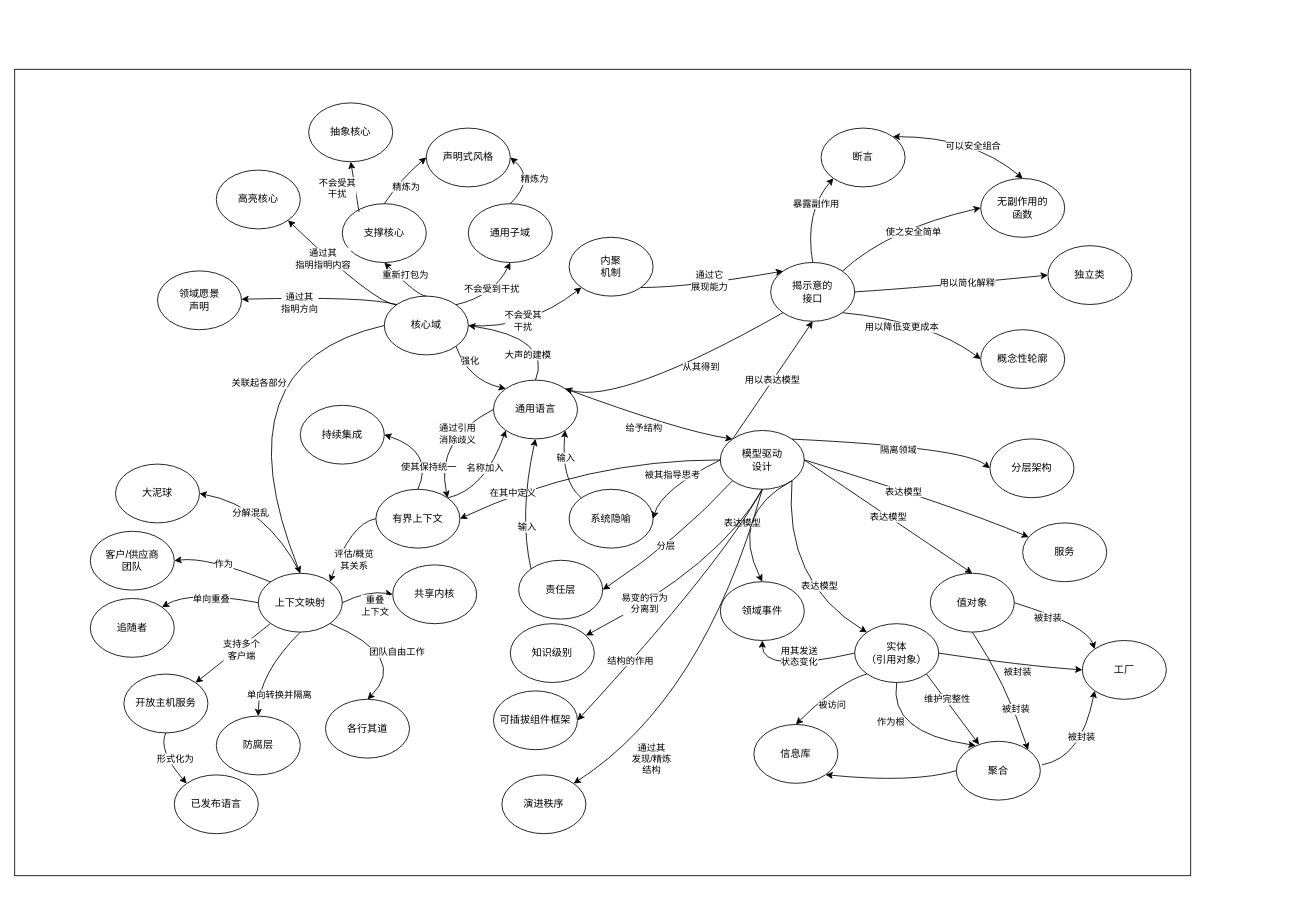
wizardbyron/guides keeps this draw.io diagram as docs/arch/ddd/ddd-full.drawio. Above is the earlier version. Source tidied: cells renumbered, new cells numbered last; positions are measured from the earlier drawing's top-left corner, leaving out a move shared by most shapes. Both pictures are drawn from the tidied source at 84%, with x=0, y=0 at pixel (14, 69).
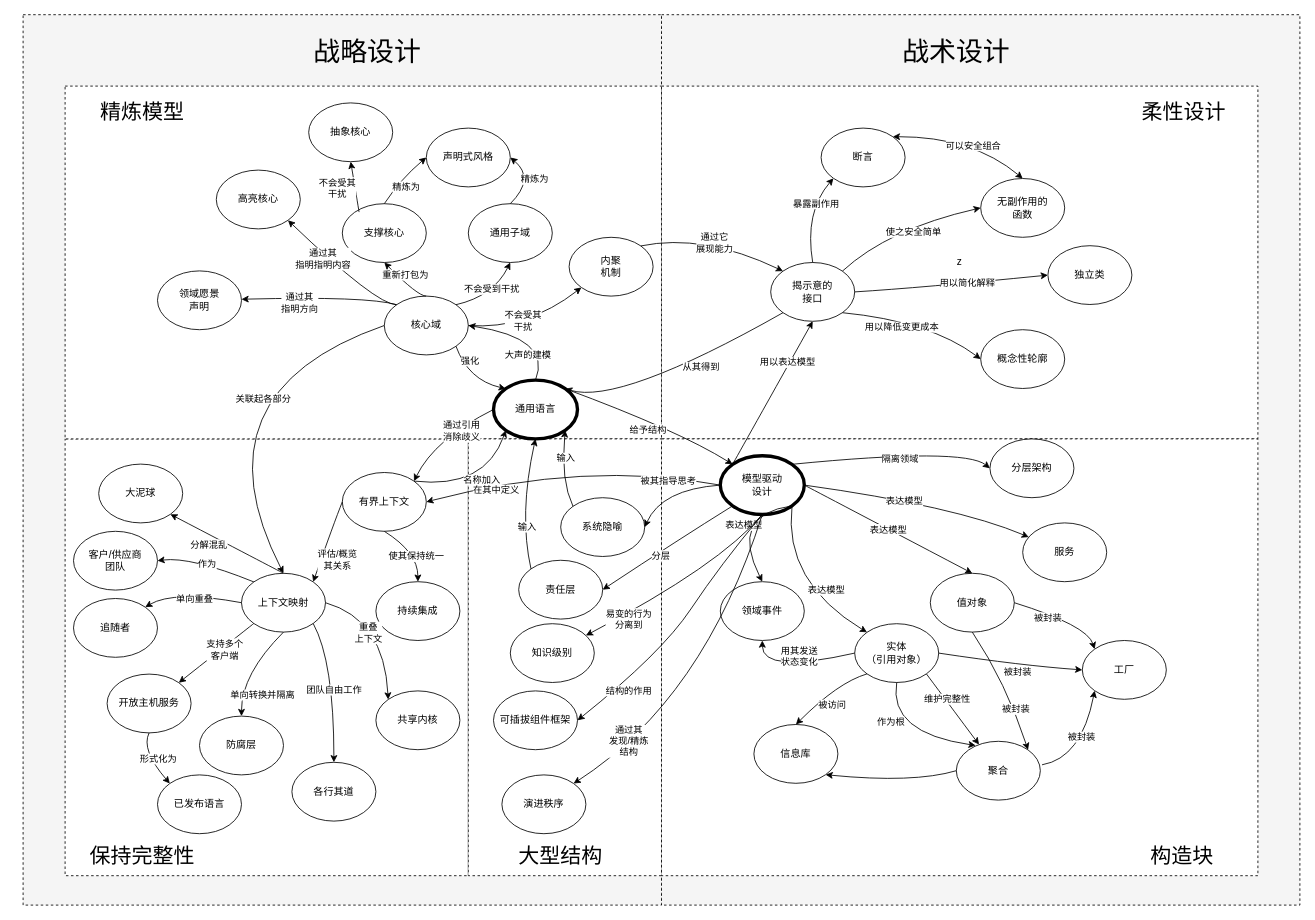
After the change.

The change refers to these unchanged cells:
```xml
<mxCell id="7" value="核心域" style="ellipse;whiteSpace=wrap;html=1;" parent="1" vertex="1">
  <mxGeometry x="440" y="270" width="100" height="70" as="geometry" />
</mxCell>
<mxCell id="13" value="揭示意的&lt;br&gt;接口" style="ellipse;whiteSpace=wrap;html=1;" parent="1" vertex="1">
  <mxGeometry x="900" y="230" width="100" height="70" as="geometry" />
</mxCell>
<mxCell id="112" value="内聚&lt;br&gt;机制" style="ellipse;whiteSpace=wrap;html=1;" parent="1" vertex="1">
  <mxGeometry x="660" y="200" width="100" height="70" as="geometry" />
</mxCell>
<mxCell id="129" value="可插拔组件框架" style="ellipse;whiteSpace=wrap;html=1;" parent="1" vertex="1">
  <mxGeometry x="570" y="740" width="100" height="70" as="geometry" />
</mxCell>
<mxCell id="140" style="curved=1;endArrow=classic;html=1;rounded=0;exitX=0.5;exitY=1;exitDx=0;exitDy=0;" parent="1" edge="1" source="4" target="128">
  <mxGeometry relative="1" as="geometry">
    <Array as="points">
      <mxPoint x="840" y="590" />
    </Array>
  </mxGeometry>
</mxCell>
<mxCell id="143" style="curved=1;endArrow=classic;html=1;rounded=0;entryX=1;entryY=0;entryDx=0;entryDy=0;exitX=0.5;exitY=1;exitDx=0;exitDy=0;" parent="1" edge="1" source="4" target="142">
  <mxGeometry relative="1" as="geometry">
    <Array as="points">
      <mxPoint x="820" y="750" />
    </Array>
  </mxGeometry>
</mxCell>
```

What changed in the source:
```diff
@@
+    <mxCell id="145" style="rounded=0;whiteSpace=wrap;html=1;dashed=1;fillColor=#f5f5f5;fontColor=#333333;strokeColor=#000000;" parent="1" vertex="1">
+      <mxGeometry x="770" y="-65" width="760" height="1060" as="geometry" />
+    </mxCell>
-    <mxCell id="2" style="rounded=0;whiteSpace=wrap;html=1;" parent="1" vertex="1">
-      <mxGeometry width="1400" height="960" as="geometry" />
+    <mxCell id="2" style="rounded=0;whiteSpace=wrap;html=1;dashed=1;fillColor=#f5f5f5;fontColor=#333333;strokeColor=#000000;" parent="1" vertex="1">
+      <mxGeometry x="10" y="-65" width="760" height="1060" as="geometry" />
     </mxCell>
+    <mxCell id="146" style="rounded=0;whiteSpace=wrap;html=1;fillColor=#FFFFFF;strokeColor=#000000;fontColor=#ffffff;gradientColor=none;dashed=1;" parent="1" vertex="1">
+      <mxGeometry x="60" y="440" width="480" height="520" as="geometry" />
+    </mxCell>
+    <mxCell id="147" style="rounded=0;whiteSpace=wrap;html=1;fillColor=#FFFFFF;strokeColor=#000000;fontColor=#ffffff;gradientColor=none;dashed=1;" parent="1" vertex="1">
+      <mxGeometry x="60" y="20" width="710" height="420" as="geometry" />
+    </mxCell>
+    <mxCell id="148" value="z" style="rounded=0;whiteSpace=wrap;html=1;fillColor=#FFFFFF;strokeColor=#000000;gradientColor=none;dashed=1;" parent="1" vertex="1">
+      <mxGeometry x="770" y="20" width="710" height="420" as="geometry" />
+    </mxCell>
+    <mxCell id="149" style="rounded=0;whiteSpace=wrap;html=1;fillColor=#FFFFFF;strokeColor=#000000;fontColor=#ffffff;gradientColor=none;dashed=1;" parent="1" vertex="1">
+      <mxGeometry x="540" y="440" width="230" height="520" as="geometry" />
+    </mxCell>
+    <mxCell id="150" style="rounded=0;whiteSpace=wrap;html=1;fillColor=#FFFFFF;dashed=1;" parent="1" vertex="1">
+      <mxGeometry x="770" y="440" width="710" height="520" as="geometry" />
+    </mxCell>
-    <mxCell id="3" value="通用语言" style="ellipse;whiteSpace=wrap;html=1;" parent="1" vertex="1">
+    <mxCell id="3" value="通用语言" style="ellipse;whiteSpace=wrap;html=1;strokeWidth=4;" parent="1" vertex="1">
       <mxGeometry x="570" y="370" width="100" height="70" as="geometry" />
     </mxCell>
-    <mxCell id="4" value="模型驱动&lt;br&gt;设计" style="ellipse;whiteSpace=wrap;html=1;" parent="1" vertex="1">
-      <mxGeometry x="840" y="430" width="100" height="70" as="geometry" />
+    <mxCell id="4" value="模型驱动&lt;br&gt;设计" style="ellipse;whiteSpace=wrap;html=1;strokeWidth=4;" parent="1" vertex="1">
+      <mxGeometry x="840" y="460" width="100" height="70" as="geometry" />
     </mxCell>
     <mxCell id="5" value="有界上下文" style="ellipse;whiteSpace=wrap;html=1;" parent="1" vertex="1">
-      <mxGeometry x="430" y="500" width="100" height="70" as="geometry" />
+      <mxGeometry x="390" y="480" width="100" height="70" as="geometry" />
     </mxCell>
     <mxCell id="6" value="持续集成" style="ellipse;whiteSpace=wrap;html=1;" parent="1" vertex="1">
-      <mxGeometry x="340" y="400" width="100" height="70" as="geometry" />
+      <mxGeometry x="430" y="610" width="100" height="70" as="geometry" />
     </mxCell>
@@
     <mxCell id="8" value="大泥球" style="ellipse;whiteSpace=wrap;html=1;" parent="1" vertex="1">
-      <mxGeometry x="120" y="470" width="100" height="70" as="geometry" />
+      <mxGeometry x="100" y="470" width="100" height="70" as="geometry" />
     </mxCell>
@@
     <mxCell id="10" value="上下文映射" style="ellipse;whiteSpace=wrap;html=1;" parent="1" vertex="1">
-      <mxGeometry x="290" y="600" width="100" height="70" as="geometry" />
+      <mxGeometry x="270" y="600" width="100" height="70" as="geometry" />
     </mxCell>
@@
     <mxCell id="53" style="curved=1;endArrow=classic;html=1;rounded=0;exitX=0;exitY=0.5;exitDx=0;exitDy=0;entryX=1;entryY=0;entryDx=0;entryDy=0;" parent="1" edge="1" source="5" target="10">
       <mxGeometry relative="1" as="geometry">
         <Array as="points">
-          <mxPoint x="400" y="540" />
+          <mxPoint x="380" y="540" />
         </Array>
       </mxGeometry>
     </mxCell>
@@
     <mxCell id="67" style="curved=1;endArrow=classic;html=1;rounded=0;exitX=0;exitY=0.5;exitDx=0;exitDy=0;entryX=0.5;entryY=0;entryDx=0;entryDy=0;" parent="1" edge="1" source="7" target="10">
       <mxGeometry relative="1" as="geometry">
         <Array as="points">
-          <mxPoint x="240" y="350" />
+          <mxPoint x="210" y="385" />
         </Array>
       </mxGeometry>
     </mxCell>
@@
     <mxCell id="72" value="共享内核" style="ellipse;whiteSpace=wrap;html=1;" parent="1" vertex="1">
-      <mxGeometry x="450" y="590" width="100" height="70" as="geometry" />
+      <mxGeometry x="430" y="740" width="100" height="70" as="geometry" />
     </mxCell>
     <mxCell id="73" value="开放主机服务" style="ellipse;whiteSpace=wrap;html=1;" parent="1" vertex="1">
-      <mxGeometry x="130" y="720" width="100" height="70" as="geometry" />
+      <mxGeometry x="110" y="720" width="100" height="70" as="geometry" />
     </mxCell>
     <mxCell id="74" value="防腐层" style="ellipse;whiteSpace=wrap;html=1;" parent="1" vertex="1">
-      <mxGeometry x="240" y="770" width="100" height="70" as="geometry" />
+      <mxGeometry x="220" y="770" width="100" height="70" as="geometry" />
     </mxCell>
     <mxCell id="75" value="各行其道" style="ellipse;whiteSpace=wrap;html=1;" parent="1" vertex="1">
-      <mxGeometry x="370" y="750" width="100" height="70" as="geometry" />
+      <mxGeometry x="330" y="825" width="100" height="70" as="geometry" />
     </mxCell>
     <mxCell id="76" value="追随者" style="ellipse;whiteSpace=wrap;html=1;" parent="1" vertex="1">
-      <mxGeometry x="90" y="630" width="100" height="70" as="geometry" />
+      <mxGeometry x="70" y="630" width="100" height="70" as="geometry" />
     </mxCell>
     <mxCell id="77" value="客户/供应商&lt;br&gt;团队" style="ellipse;whiteSpace=wrap;html=1;" parent="1" vertex="1">
-      <mxGeometry x="90" y="550" width="100" height="70" as="geometry" />
+      <mxGeometry x="70" y="550" width="100" height="70" as="geometry" />
     </mxCell>
-    <mxCell id="78" style="curved=1;endArrow=classic;html=1;rounded=0;exitX=0.5;exitY=0;exitDx=0;exitDy=0;entryX=1;entryY=0.5;entryDx=0;entryDy=0;" parent="1" edge="1" source="10" target="8">
-      <mxGeometry relative="1" as="geometry">
-        <Array as="points">
-          <mxPoint x="300" y="520" />
-        </Array>
-      </mxGeometry>
+    <mxCell id="78" style="curved=1;endArrow=classic;html=1;rounded=0;exitX=0.5;exitY=0;exitDx=0;exitDy=0;entryX=1;entryY=1;entryDx=0;entryDy=0;" parent="1" edge="1" source="10" target="8">
+      <mxGeometry relative="1" as="geometry" />
     </mxCell>
@@
     <mxCell id="80" style="curved=1;endArrow=classic;html=1;rounded=0;exitX=0;exitY=0;exitDx=0;exitDy=0;entryX=1;entryY=0.5;entryDx=0;entryDy=0;" parent="1" edge="1" source="10" target="77">
       <mxGeometry relative="1" as="geometry">
         <Array as="points">
-          <mxPoint x="230" y="580" />
+          <mxPoint x="210" y="580" />
         </Array>
       </mxGeometry>
     </mxCell>
@@
     <mxCell id="82" style="curved=1;endArrow=classic;html=1;rounded=0;exitX=0;exitY=0.5;exitDx=0;exitDy=0;entryX=1;entryY=0;entryDx=0;entryDy=0;" parent="1" edge="1" source="10" target="76">
       <mxGeometry relative="1" as="geometry">
         <Array as="points">
-          <mxPoint x="210" y="620" />
+          <mxPoint x="190" y="620" />
         </Array>
       </mxGeometry>
     </mxCell>
@@
     <mxCell id="86" style="curved=1;endArrow=classic;html=1;rounded=0;exitX=0.5;exitY=1;exitDx=0;exitDy=0;entryX=0.5;entryY=0;entryDx=0;entryDy=0;" parent="1" edge="1" source="10" target="74">
       <mxGeometry relative="1" as="geometry">
         <Array as="points">
-          <mxPoint x="290" y="720" />
+          <mxPoint x="270" y="720" />
         </Array>
       </mxGeometry>
     </mxCell>
@@
     <mxCell id="88" value="团队自由工作" style="curved=1;endArrow=classic;html=1;rounded=0;exitX=1;exitY=1;exitDx=0;exitDy=0;entryX=0.5;entryY=0;entryDx=0;entryDy=0;" parent="1" edge="1" source="10" target="75">
       <mxGeometry relative="1" as="geometry">
         <Array as="points">
-          <mxPoint x="470" y="700" />
+          <mxPoint x="380" y="705" />
         </Array>
       </mxGeometry>
     </mxCell>
-    <mxCell id="89" style="curved=1;endArrow=classic;html=1;rounded=0;exitX=1;exitY=0.5;exitDx=0;exitDy=0;entryX=0;entryY=0.5;entryDx=0;entryDy=0;" parent="1" edge="1" source="10" target="72">
+    <mxCell id="89" style="curved=1;endArrow=classic;html=1;rounded=0;exitX=1;exitY=0.5;exitDx=0;exitDy=0;entryX=0;entryY=0;entryDx=0;entryDy=0;" parent="1" edge="1" source="10" target="72">
       <mxGeometry relative="1" as="geometry">
         <Array as="points">
-          <mxPoint x="420" y="620" />
+          <mxPoint x="440" y="655" />
         </Array>
       </mxGeometry>
     </mxCell>
@@
-    <mxCell id="91" style="curved=1;endArrow=classic;html=1;rounded=0;exitX=0.5;exitY=0;exitDx=0;exitDy=0;entryX=1;entryY=0.5;entryDx=0;entryDy=0;" parent="1" edge="1" source="5" target="6">
+    <mxCell id="91" style="curved=1;endArrow=classic;html=1;rounded=0;exitX=0.5;exitY=1;exitDx=0;exitDy=0;entryX=0.5;entryY=0;entryDx=0;entryDy=0;" parent="1" edge="1" source="5" target="6">
       <mxGeometry relative="1" as="geometry">
         <Array as="points">
-          <mxPoint x="500" y="455" />
+          <mxPoint x="480" y="575" />
         </Array>
       </mxGeometry>
     </mxCell>
@@
     <mxCell id="95" value="用以表达模型" style="curved=1;endArrow=classic;html=1;rounded=0;exitX=0;exitY=0;exitDx=0;exitDy=0;entryX=0.5;entryY=1;entryDx=0;entryDy=0;" parent="1" edge="1" source="4" target="13">
-      <mxGeometry relative="1" as="geometry" />
+      <mxGeometry x="0.41" y="2" relative="1" as="geometry" />
     </mxCell>
@@
-    <mxCell id="115" style="curved=1;endArrow=classic;html=1;rounded=0;exitX=1;exitY=1;exitDx=0;exitDy=0;entryX=0;entryY=0;entryDx=0;entryDy=0;" parent="1" edge="1" source="112" target="13">
+    <mxCell id="115" style="curved=1;endArrow=classic;html=1;rounded=0;exitX=1;exitY=0;exitDx=0;exitDy=0;entryX=0;entryY=0;entryDx=0;entryDy=0;" parent="1" edge="1" source="112" target="13">
       <mxGeometry relative="1" as="geometry">
         <Array as="points">
-          <mxPoint x="800" y="260" />
+          <mxPoint x="820" y="195" />
         </Array>
       </mxGeometry>
     </mxCell>
@@
     <mxCell id="123" value="已发布语言" style="ellipse;whiteSpace=wrap;html=1;" parent="1" vertex="1">
-      <mxGeometry x="190" y="840" width="100" height="70" as="geometry" />
+      <mxGeometry x="170" y="840" width="100" height="70" as="geometry" />
     </mxCell>
     <mxCell id="124" style="curved=1;endArrow=classic;html=1;rounded=0;exitX=0.5;exitY=1;exitDx=0;exitDy=0;entryX=0;entryY=0;entryDx=0;entryDy=0;" parent="1" edge="1" source="73" target="123">
       <mxGeometry relative="1" as="geometry">
         <Array as="points">
-          <mxPoint x="170" y="810" />
+          <mxPoint x="150" y="810" />
         </Array>
       </mxGeometry>
     </mxCell>
@@
     <mxCell id="126" value="系统隐喻" style="ellipse;whiteSpace=wrap;html=1;" parent="1" vertex="1">
-      <mxGeometry x="660" y="500" width="100" height="70" as="geometry" />
+      <mxGeometry x="650" y="510" width="100" height="70" as="geometry" />
     </mxCell>
@@
     <mxCell id="138" style="curved=1;endArrow=classic;html=1;rounded=0;entryX=1;entryY=0.5;entryDx=0;entryDy=0;exitX=0.5;exitY=1;exitDx=0;exitDy=0;" parent="1" edge="1" source="4" target="129">
       <mxGeometry relative="1" as="geometry">
         <Array as="points">
           <mxPoint x="840" y="590" />
+          <mxPoint x="770" y="695" />
         </Array>
       </mxGeometry>
     </mxCell>
     <mxCell id="139" value="结构的作用" style="edgeLabel;html=1;align=center;verticalAlign=middle;" parent="138" vertex="1">
-      <mxGeometry x="0.46" y="-2" relative="1" as="geometry" />
+      <mxGeometry x="0.46" y="-2" relative="1" as="geometry">
+        <mxPoint x="-8" y="22" as="offset" />
+      </mxGeometry>
     </mxCell>
@@
     <mxCell id="141" value="易变的行为&lt;br&gt;分离到" style="edgeLabel;html=1;align=center;verticalAlign=middle;" parent="140" vertex="1">
-      <mxGeometry x="0.44" y="-2" relative="1" as="geometry" />
+      <mxGeometry x="0.44" y="-2" relative="1" as="geometry">
+        <mxPoint x="-13" y="16" as="offset" />
+      </mxGeometry>
     </mxCell>
@@
     <mxCell id="144" value="通过其&lt;br&gt;发现/精炼&lt;br&gt;结构" style="edgeLabel;html=1;align=center;verticalAlign=middle;" parent="143" vertex="1">
       <mxGeometry x="0.38" y="1" relative="1" as="geometry">
-        <mxPoint x="-24" y="44" as="offset" />
+        <mxPoint x="-44" y="19" as="offset" />
       </mxGeometry>
     </mxCell>
+    <mxCell id="151" value="&lt;font style=&quot;font-size: 32px;&quot;&gt;战略设计&lt;/font&gt;" style="text;html=1;strokeColor=none;fillColor=none;align=center;verticalAlign=middle;whiteSpace=wrap;rounded=0;dashed=1;opacity=30;" parent="1" vertex="1">
+      <mxGeometry x="330" y="-35" width="180" height="30" as="geometry" />
+    </mxCell>
+    <mxCell id="152" value="&lt;font style=&quot;font-size: 32px;&quot;&gt;战术设计&lt;/font&gt;" style="text;html=1;strokeColor=none;fillColor=none;align=center;verticalAlign=middle;whiteSpace=wrap;rounded=0;dashed=1;opacity=30;" parent="1" vertex="1">
+      <mxGeometry x="1031" y="-35" width="180" height="30" as="geometry" />
+    </mxCell>
+    <mxCell id="153" value="&lt;font style=&quot;font-size: 25px;&quot;&gt;柔性设计&lt;/font&gt;" style="text;html=1;strokeColor=none;fillColor=none;align=center;verticalAlign=middle;whiteSpace=wrap;rounded=0;dashed=1;opacity=30;" parent="1" vertex="1">
+      <mxGeometry x="1302" y="35" width="180" height="30" as="geometry" />
+    </mxCell>
+    <mxCell id="154" value="&lt;span style=&quot;font-size: 25px;&quot;&gt;构造块&lt;/span&gt;" style="text;html=1;strokeColor=none;fillColor=none;align=center;verticalAlign=middle;whiteSpace=wrap;rounded=0;dashed=1;opacity=30;" parent="1" vertex="1">
+      <mxGeometry x="1300" y="920" width="180" height="30" as="geometry" />
+    </mxCell>
+    <mxCell id="155" value="&lt;span style=&quot;font-size: 25px;&quot;&gt;大型结构&lt;/span&gt;" style="text;html=1;strokeColor=none;fillColor=none;align=center;verticalAlign=middle;whiteSpace=wrap;rounded=0;dashed=1;opacity=30;" parent="1" vertex="1">
+      <mxGeometry x="560" y="920" width="180" height="30" as="geometry" />
+    </mxCell>
+    <mxCell id="156" value="&lt;span style=&quot;font-size: 25px;&quot;&gt;保持完整性&lt;/span&gt;" style="text;html=1;strokeColor=none;fillColor=none;align=center;verticalAlign=middle;whiteSpace=wrap;rounded=0;dashed=1;opacity=30;" parent="1" vertex="1">
+      <mxGeometry x="62" y="920" width="180" height="30" as="geometry" />
+    </mxCell>
+    <mxCell id="157" value="&lt;span style=&quot;font-size: 25px;&quot;&gt;精炼模型&lt;/span&gt;" style="text;html=1;strokeColor=none;fillColor=none;align=center;verticalAlign=middle;whiteSpace=wrap;rounded=0;dashed=1;opacity=30;" parent="1" vertex="1">
+      <mxGeometry x="62" y="35" width="180" height="30" as="geometry" />
+    </mxCell>
```
